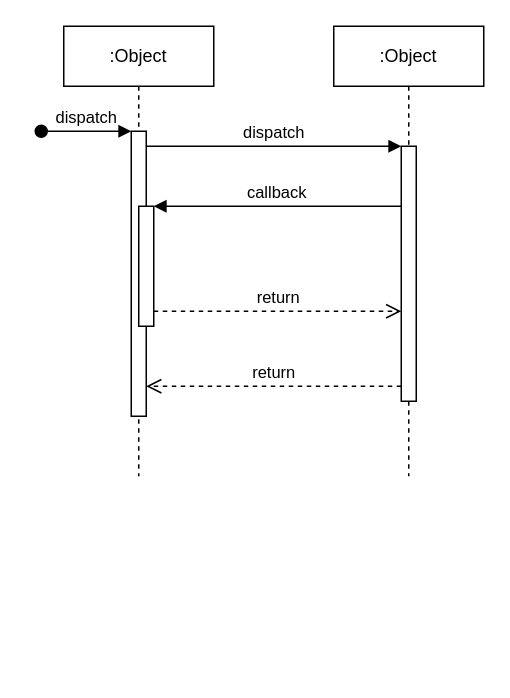
dkumar261/ms-workspace keeps this draw.io diagram as Untitled Diagram.drawio. Above is the earlier version. Source tidied: cells renumbered, new cells numbered last; positions are measured from the earlier drawing's top-left corner, leaving out a move shared by most shapes. Both pictures are drawn from the tidied source at 150%, with x=0, y=0 at pixel (40, 26).
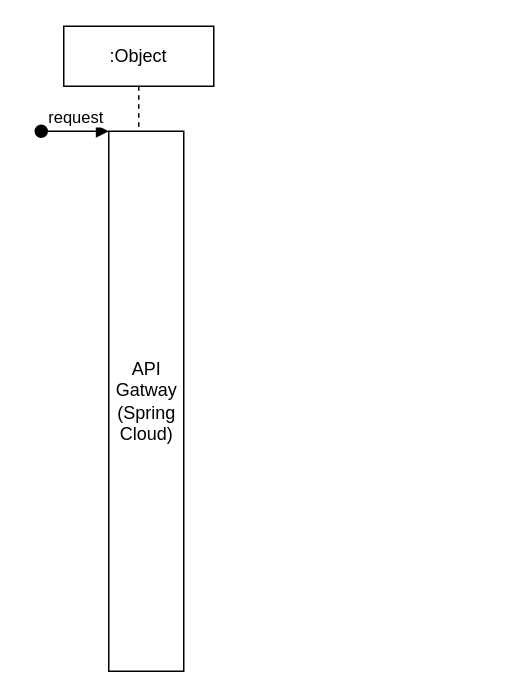
The same diagram, later.

Diff of the diagram source:
```diff
@@
 <mxGraphModel>
   <root>
     <mxCell id="0" />
     <mxCell id="1" parent="0" />
     <mxCell id="2" value=":Object" style="shape=umlLifeline;perimeter=lifelinePerimeter;whiteSpace=wrap;html=1;outlineConnect=0;portConstraint=eastwest;newEdgeStyle={&quot;edgeStyle&quot;:&quot;elbowEdgeStyle&quot;,&quot;elbow&quot;:&quot;vertical&quot;,&quot;curved&quot;:0,&quot;rounded&quot;:0};" parent="1" vertex="1">
-      <mxGeometry x="15" width="100" height="300" as="geometry" />
+      <mxGeometry x="15" width="100" height="430" as="geometry" />
     </mxCell>
+    <mxCell id="12" style="edgeStyle=elbowEdgeStyle;rounded=0;jettySize=auto;html=1;elbow=vertical;curved=0;" parent="2" edge="1" source="3" target="2">
+      <mxGeometry relative="1" as="geometry" />
+    </mxCell>
+    <mxCell id="13" style="edgeStyle=elbowEdgeStyle;rounded=0;jettySize=auto;html=1;elbow=vertical;curved=0;" parent="2" edge="1" source="3" target="2">
+      <mxGeometry relative="1" as="geometry" />
+    </mxCell>
-    <mxCell id="3" style="html=1;points=[];perimeter=orthogonalPerimeter;outlineConnect=0;targetShapes=umlLifeline;portConstraint=eastwest;newEdgeStyle={&quot;edgeStyle&quot;:&quot;elbowEdgeStyle&quot;,&quot;elbow&quot;:&quot;vertical&quot;,&quot;curved&quot;:0,&quot;rounded&quot;:0};" parent="2" vertex="1">
-      <mxGeometry x="45" y="70" width="10" height="190" as="geometry" />
+    <mxCell id="3" value="API&lt;br&gt;Gatway&lt;br&gt;(Spring&lt;br&gt;Cloud)" style="html=1;points=[];perimeter=orthogonalPerimeter;outlineConnect=0;targetShapes=umlLifeline;portConstraint=eastwest;newEdgeStyle={&quot;edgeStyle&quot;:&quot;elbowEdgeStyle&quot;,&quot;elbow&quot;:&quot;vertical&quot;,&quot;curved&quot;:0,&quot;rounded&quot;:0};" parent="2" vertex="1">
+      <mxGeometry x="30" y="70" width="50" height="360" as="geometry" />
     </mxCell>
-    <mxCell id="4" value="dispatch" style="html=1;verticalAlign=bottom;startArrow=oval;endArrow=block;startSize=8;edgeStyle=elbowEdgeStyle;elbow=vertical;curved=0;rounded=0;" parent="2" edge="1" target="3">
+    <mxCell id="4" value="request" style="html=1;verticalAlign=bottom;startArrow=oval;endArrow=block;startSize=8;edgeStyle=elbowEdgeStyle;elbow=vertical;curved=0;rounded=0;" parent="2" edge="1" target="3">
       <mxGeometry relative="1" as="geometry">
         <mxPoint x="-15" y="70" as="sourcePoint" />
       </mxGeometry>
     </mxCell>
-    <mxCell id="5" style="html=1;points=[];perimeter=orthogonalPerimeter;outlineConnect=0;targetShapes=umlLifeline;portConstraint=eastwest;newEdgeStyle={&quot;edgeStyle&quot;:&quot;elbowEdgeStyle&quot;,&quot;elbow&quot;:&quot;vertical&quot;,&quot;curved&quot;:0,&quot;rounded&quot;:0};" parent="2" vertex="1">
-      <mxGeometry x="50" y="120" width="10" height="80" as="geometry" />
-    </mxCell>
-    <mxCell id="6" value=":Object" style="shape=umlLifeline;perimeter=lifelinePerimeter;whiteSpace=wrap;html=1;newEdgeStyle={&quot;edgeStyle&quot;:&quot;elbowEdgeStyle&quot;,&quot;elbow&quot;:&quot;vertical&quot;,&quot;curved&quot;:0,&quot;rounded&quot;:0};" parent="1" vertex="1">
-      <mxGeometry x="195" width="100" height="300" as="geometry" />
-    </mxCell>
-    <mxCell id="7" style="html=1;points=[];perimeter=orthogonalPerimeter;outlineConnect=0;targetShapes=umlLifeline;portConstraint=eastwest;newEdgeStyle={&quot;edgeStyle&quot;:&quot;elbowEdgeStyle&quot;,&quot;elbow&quot;:&quot;vertical&quot;,&quot;curved&quot;:0,&quot;rounded&quot;:0};" parent="6" vertex="1">
-      <mxGeometry x="45" y="80" width="10" height="170" as="geometry" />
-    </mxCell>
-    <mxCell id="8" value="dispatch" style="html=1;verticalAlign=bottom;endArrow=block;edgeStyle=elbowEdgeStyle;elbow=vertical;curved=0;rounded=0;" parent="1" edge="1" source="3" target="7">
-      <mxGeometry relative="1" as="geometry">
-        <Array as="points">
-          <mxPoint x="155" y="80" />
-        </Array>
-      </mxGeometry>
-    </mxCell>
-    <mxCell id="9" value="return" style="html=1;verticalAlign=bottom;endArrow=open;dashed=1;endSize=8;edgeStyle=elbowEdgeStyle;elbow=vertical;curved=0;rounded=0;" parent="1" edge="1" source="7" target="3">
-      <mxGeometry relative="1" as="geometry">
-        <Array as="points">
-          <mxPoint x="165" y="240" />
-        </Array>
-      </mxGeometry>
-    </mxCell>
-    <mxCell id="10" value="callback" style="html=1;verticalAlign=bottom;endArrow=block;edgeStyle=elbowEdgeStyle;elbow=vertical;curved=0;rounded=0;" parent="1" edge="1" source="7" target="5">
-      <mxGeometry relative="1" as="geometry">
-        <Array as="points">
-          <mxPoint x="165" y="120" />
-        </Array>
-      </mxGeometry>
-    </mxCell>
-    <mxCell id="11" value="return" style="html=1;verticalAlign=bottom;endArrow=open;dashed=1;endSize=8;edgeStyle=elbowEdgeStyle;elbow=vertical;curved=0;rounded=0;" parent="1" edge="1" source="5" target="7">
-      <mxGeometry relative="1" as="geometry">
-        <Array as="points">
-          <mxPoint x="155" y="190" />
-        </Array>
-      </mxGeometry>
-    </mxCell>
   </root>
 </mxGraphModel>
```
